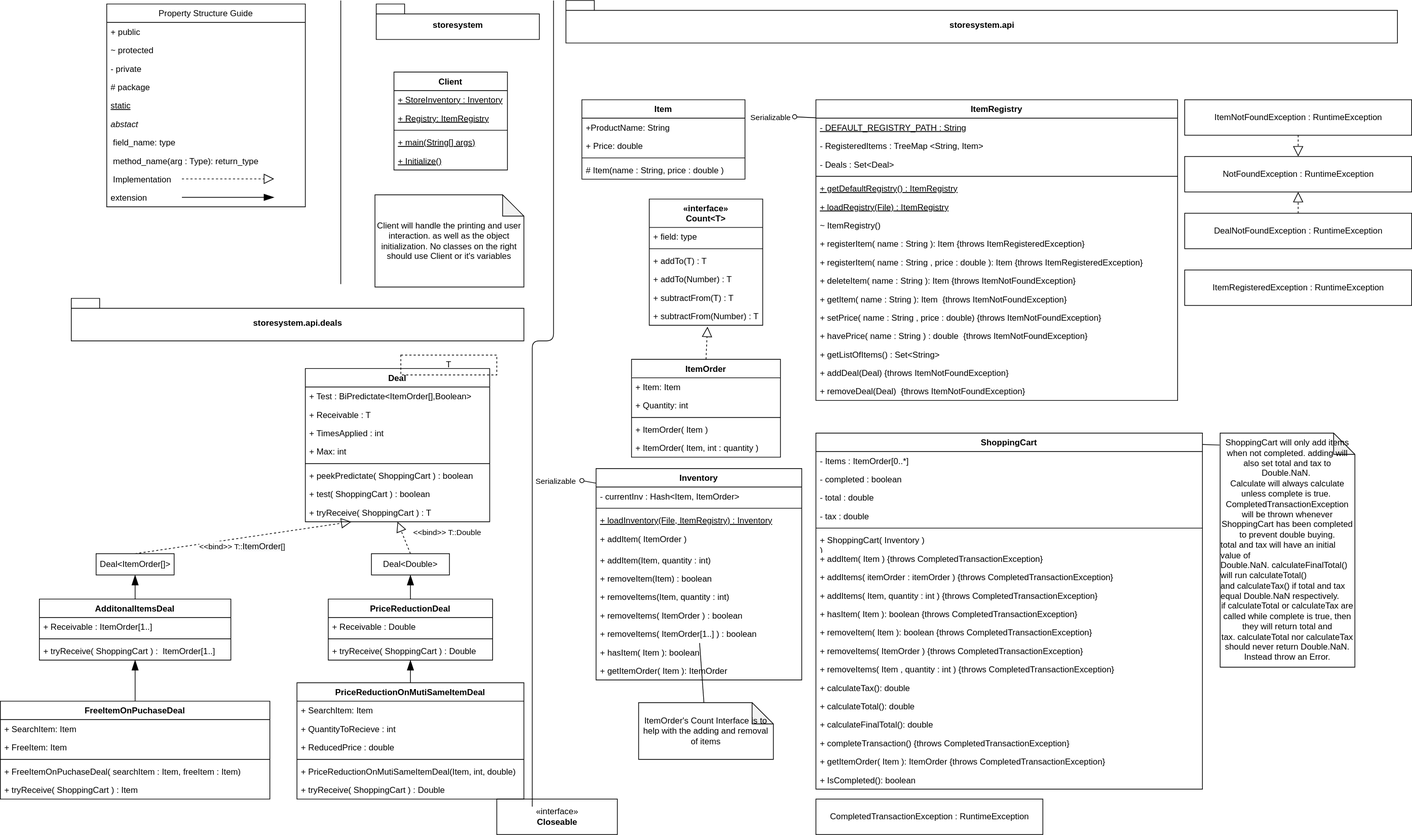
This is Diagram.svg from merlin2v/StoreSystem, a draw.io export, as it was before one commit. Source tidied: cells renumbered, new cells last; positions are measured from the earlier drawing's top-left corner, leaving out a move shared by most shapes.
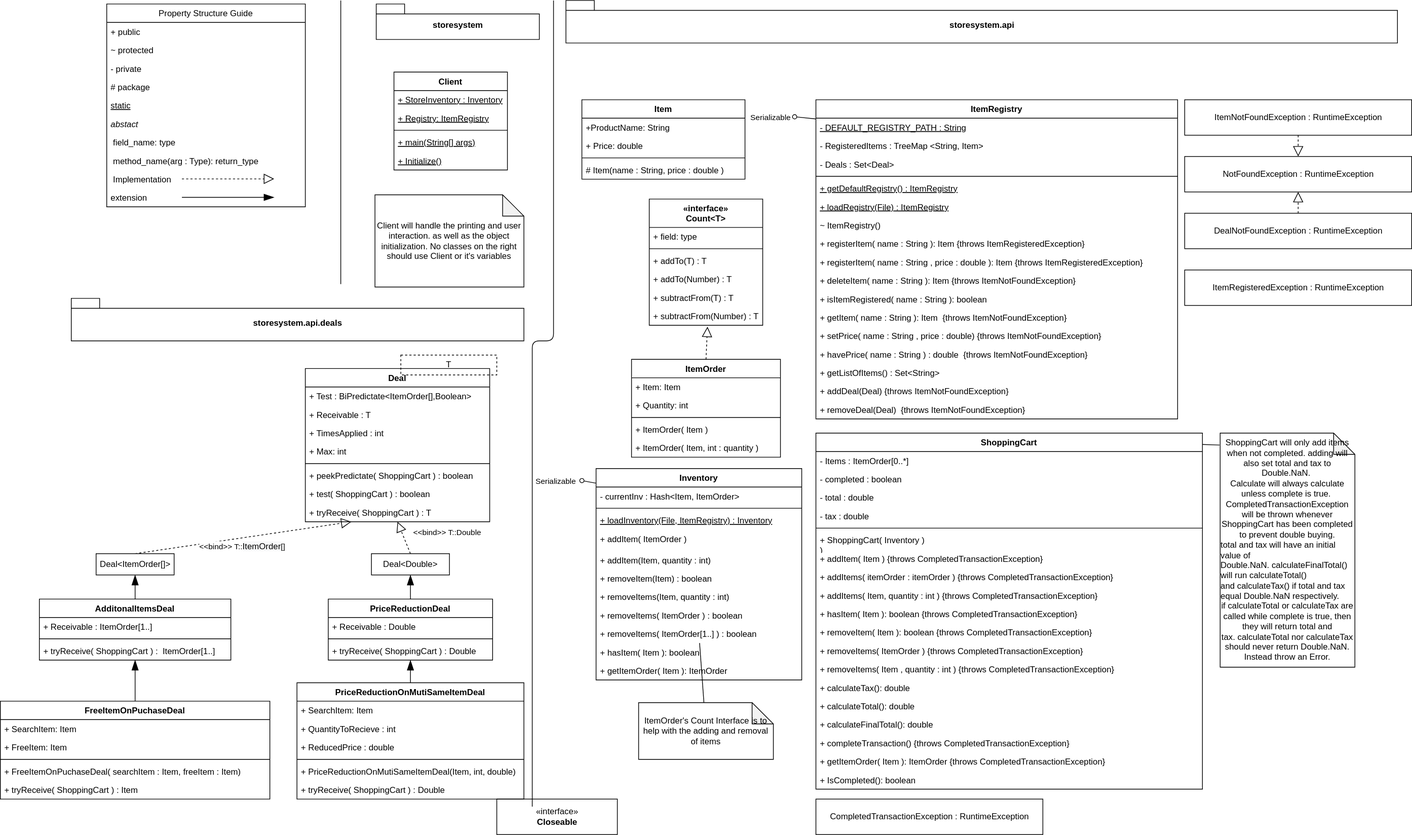
Later version of the same file.

Change to the diagram source:
```diff
@@ -96,7 +96,7 @@
       <mxGeometry y="476" width="545" height="26" as="geometry" />
     </mxCell>
     <mxCell id="33" value="ItemRegistry" style="swimlane;fontStyle=1;align=center;verticalAlign=top;horizontal=1;startSize=26;fillColor=none;gradientColor=none;fontFamily=Helvetica;" parent="1" vertex="1">
-      <mxGeometry x="1150" y="140" width="510" height="424" as="geometry" />
+      <mxGeometry x="1150" y="140" width="510" height="450" as="geometry" />
     </mxCell>
     <mxCell id="34" value="- DEFAULT_REGISTRY_PATH : String" style="text;strokeColor=none;fillColor=none;align=left;verticalAlign=top;spacingLeft=4;spacingRight=4;overflow=hidden;fontFamily=Helvetica;fontStyle=4;" parent="33" vertex="1">
       <mxGeometry y="26" width="510" height="26" as="geometry" />
@@ -128,23 +128,26 @@
     <mxCell id="43" value="+ deleteItem( name : String ): Item {throws ItemNotFoundException}" style="text;strokeColor=none;fillColor=none;align=left;verticalAlign=top;spacingLeft=4;spacingRight=4;overflow=hidden;fontFamily=Helvetica;" parent="33" vertex="1">
       <mxGeometry y="242" width="510" height="26" as="geometry" />
     </mxCell>
+    <mxCell id="151" value="+ isItemRegistered( name : String ): boolean" style="text;strokeColor=none;fillColor=none;align=left;verticalAlign=top;spacingLeft=4;spacingRight=4;overflow=hidden;fontFamily=Helvetica;" parent="33" vertex="1">
+      <mxGeometry y="268" width="510" height="26" as="geometry" />
+    </mxCell>
     <mxCell id="44" value="+ getItem( name : String ): Item  {throws ItemNotFoundException}" style="text;strokeColor=none;fillColor=none;align=left;verticalAlign=top;spacingLeft=4;spacingRight=4;overflow=hidden;fontFamily=Helvetica;" parent="33" vertex="1">
-      <mxGeometry y="268" width="510" height="26" as="geometry" />
+      <mxGeometry y="294" width="510" height="26" as="geometry" />
     </mxCell>
     <mxCell id="45" value="+ setPrice( name : String , price : double) {throws ItemNotFoundException}" style="text;strokeColor=none;fillColor=none;align=left;verticalAlign=top;spacingLeft=4;spacingRight=4;overflow=hidden;fontFamily=Helvetica;" parent="33" vertex="1">
-      <mxGeometry y="294" width="510" height="26" as="geometry" />
+      <mxGeometry y="320" width="510" height="26" as="geometry" />
     </mxCell>
     <mxCell id="46" value="+ havePrice( name : String ) : double  {throws ItemNotFoundException}" style="text;strokeColor=none;fillColor=none;align=left;verticalAlign=top;spacingLeft=4;spacingRight=4;overflow=hidden;fontFamily=Helvetica;" parent="33" vertex="1">
-      <mxGeometry y="320" width="510" height="26" as="geometry" />
+      <mxGeometry y="346" width="510" height="26" as="geometry" />
     </mxCell>
     <mxCell id="47" value="+ getListOfItems() : Set&lt;String&gt; " style="text;strokeColor=none;fillColor=none;align=left;verticalAlign=top;spacingLeft=4;spacingRight=4;overflow=hidden;" parent="33" vertex="1">
-      <mxGeometry y="346" width="510" height="26" as="geometry" />
+      <mxGeometry y="372" width="510" height="26" as="geometry" />
     </mxCell>
     <mxCell id="48" value="+ addDeal(Deal) {throws ItemNotFoundException}" style="text;strokeColor=none;fillColor=none;align=left;verticalAlign=top;spacingLeft=4;spacingRight=4;overflow=hidden;fontFamily=Helvetica;" parent="33" vertex="1">
-      <mxGeometry y="372" width="510" height="26" as="geometry" />
+      <mxGeometry y="398" width="510" height="26" as="geometry" />
     </mxCell>
     <mxCell id="49" value="+ removeDeal(Deal)  {throws ItemNotFoundException}" style="text;strokeColor=none;fillColor=none;align=left;verticalAlign=top;spacingLeft=4;spacingRight=4;overflow=hidden;fontFamily=Helvetica;" parent="33" vertex="1">
-      <mxGeometry y="398" width="510" height="26" as="geometry" />
+      <mxGeometry y="424" width="510" height="26" as="geometry" />
     </mxCell>
     <mxCell id="50" value="«interface»&lt;br&gt;&lt;b&gt;Closeable&lt;/b&gt;" style="html=1;startSize=26;fillColor=none;" parent="1" vertex="1">
       <mxGeometry x="700" y="1126" width="170" height="50" as="geometry" />
```
